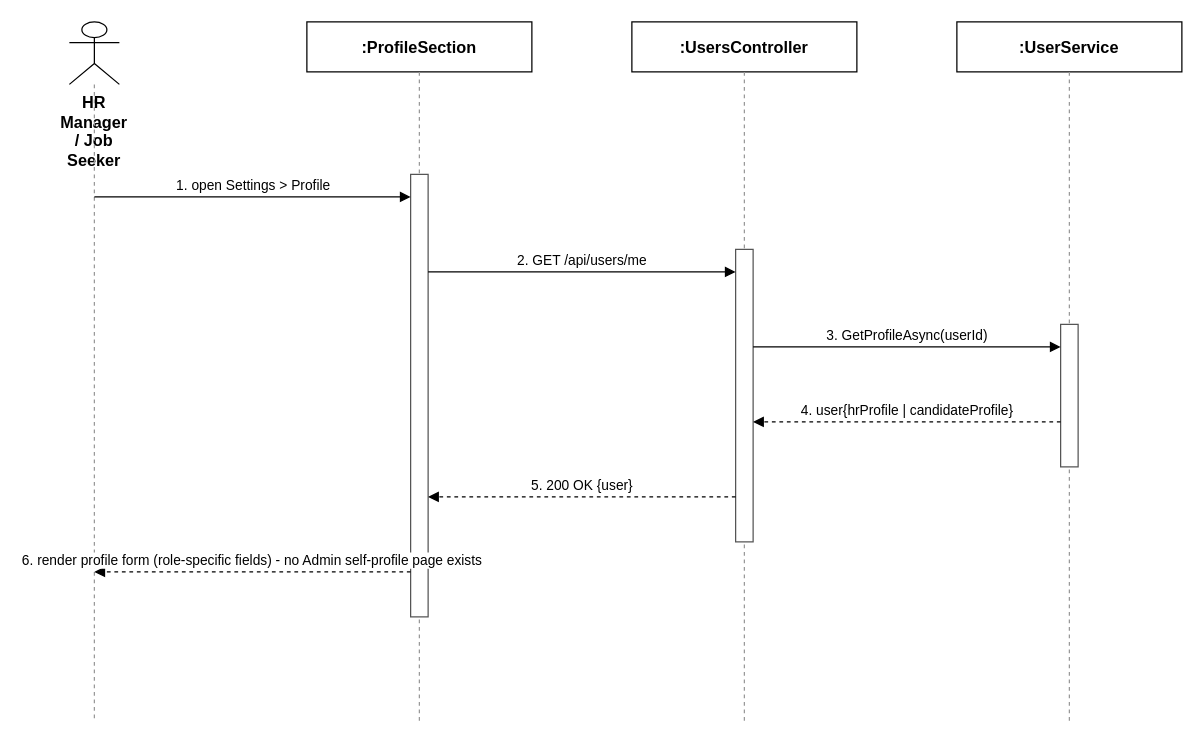
Above: docs/qa/Hien_SequenceDiagram/3.2.1_View_Profile.drawio in tulklk/AI_Interview_Question_Generation_RAG_LLM_FE (draw.io), before the change. Source tidied: cells renumbered, new cells numbered last; positions are measured from the earlier drawing's top-left corner, leaving out a move shared by most shapes. Both pictures are drawn from the tidied source at 125%, with x=0, y=0 at pixel (69, 21).
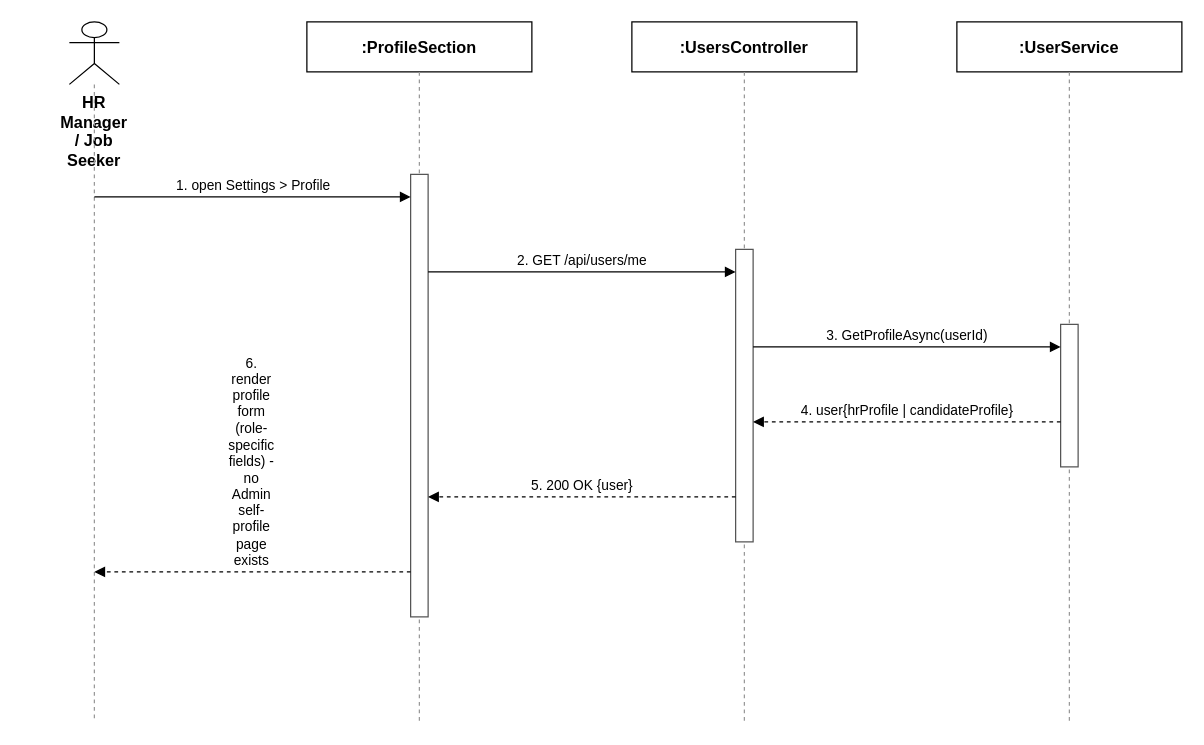
Above is the later version.

Change to the diagram source:
```diff
@@
-    <mxCell id="18" value="6. render profile form (role-specific fields) - no Admin self-profile page exists" style="endArrow=block;endFill=1;html=1;dashed=1;fontSize=11;align=center;verticalAlign=bottom;labelBackgroundColor=#ffffff;strokeColor=#000000;" parent="1" edge="1">
+    <mxCell id="18" value="6. render profile form (role-specific fields) - no Admin self-profile page exists" style="endArrow=block;endFill=1;html=1;whiteSpace=wrap;dashed=1;fontSize=11;align=center;verticalAlign=bottom;labelBackgroundColor=#ffffff;strokeColor=#000000;" parent="1" edge="1">
       <mxGeometry relative="1" as="geometry">
         <mxPoint x="273" y="440" as="sourcePoint" />
         <mxPoint x="20" y="440" as="targetPoint" />
       </mxGeometry>
     </mxCell>
```
